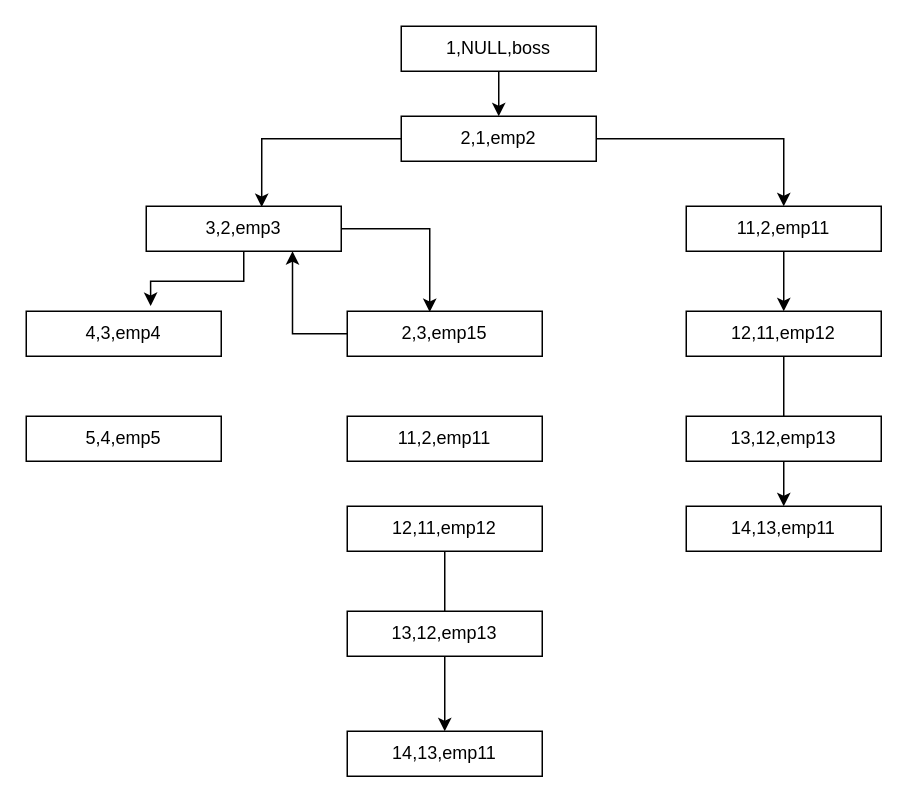
The draw.io diagram 未命名绘图.drawio in Heoric/data-structure, before the edit. Source tidied: cells renumbered, new cells numbered last; positions are measured from the earlier drawing's top-left corner, leaving out a move shared by most shapes. Both pictures are drawn from the tidied source at 150%, with x=0, y=0 at pixel (26, 26).
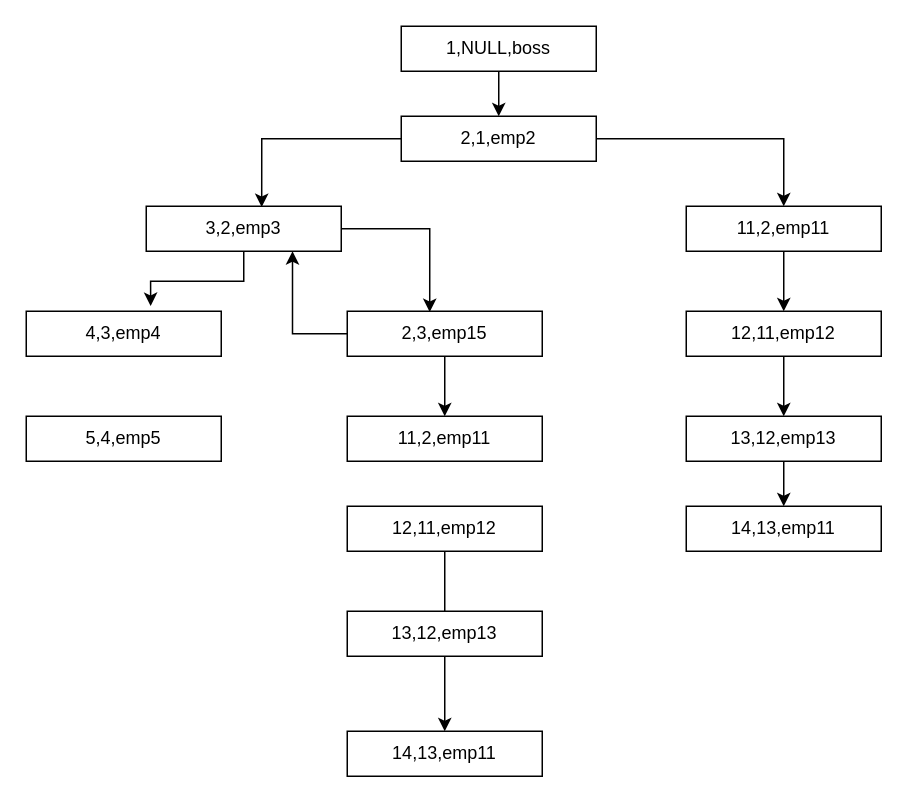
Above is the later version.

Commit message (it also covers changes not shown here):
更新未命名绘图.drawio

The change refers to these unchanged cells:
```xml
<mxCell id="13" value="2,3,emp15" style="rounded=0;whiteSpace=wrap;html=1;" parent="1" vertex="1">
  <mxGeometry x="214" y="190" width="130" height="30" as="geometry" />
</mxCell>
<mxCell id="17" value="12,11,emp12" style="rounded=0;whiteSpace=wrap;html=1;" parent="1" vertex="1">
  <mxGeometry x="440" y="190" width="130" height="30" as="geometry" />
</mxCell>
<mxCell id="18" value="13,12,emp13" style="rounded=0;whiteSpace=wrap;html=1;" parent="1" vertex="1">
  <mxGeometry x="440" y="260" width="130" height="30" as="geometry" />
</mxCell>
<mxCell id="19" value="14,13,emp11" style="rounded=0;whiteSpace=wrap;html=1;" parent="1" vertex="1">
  <mxGeometry x="440" y="320" width="130" height="30" as="geometry" />
</mxCell>
<mxCell id="21" value="11,2,emp11" style="rounded=0;whiteSpace=wrap;html=1;" parent="1" vertex="1">
  <mxGeometry x="214" y="260" width="130" height="30" as="geometry" />
</mxCell>
```

The edit, as a diff of the source:
```diff
@@
+    <mxCell id="26" style="edgeStyle=orthogonalEdgeStyle;rounded=0;jettySize=auto;html=1;exitX=0.5;exitY=1;exitDx=0;exitDy=0;entryX=0.5;entryY=0;entryDx=0;entryDy=0;" parent="1" edge="1" source="13" target="21">
+      <mxGeometry relative="1" as="geometry" />
+    </mxCell>
@@
-    <mxCell id="16" style="edgeStyle=orthogonalEdgeStyle;rounded=0;jettySize=auto;html=1;" parent="1" edge="1" source="17" target="19">
-      <mxGeometry relative="1" as="geometry" />
-    </mxCell>
+    <mxCell id="27" style="edgeStyle=orthogonalEdgeStyle;rounded=0;jettySize=auto;html=1;exitX=0.5;exitY=1;exitDx=0;exitDy=0;entryX=0.5;entryY=0;entryDx=0;entryDy=0;" parent="1" edge="1" source="17" target="18">
+      <mxGeometry relative="1" as="geometry" />
+    </mxCell>
@@
+    <mxCell id="28" style="edgeStyle=orthogonalEdgeStyle;rounded=0;jettySize=auto;html=1;exitX=0.5;exitY=1;exitDx=0;exitDy=0;entryX=0.5;entryY=0;entryDx=0;entryDy=0;" parent="1" edge="1" source="18" target="19">
+      <mxGeometry relative="1" as="geometry" />
+    </mxCell>
```
